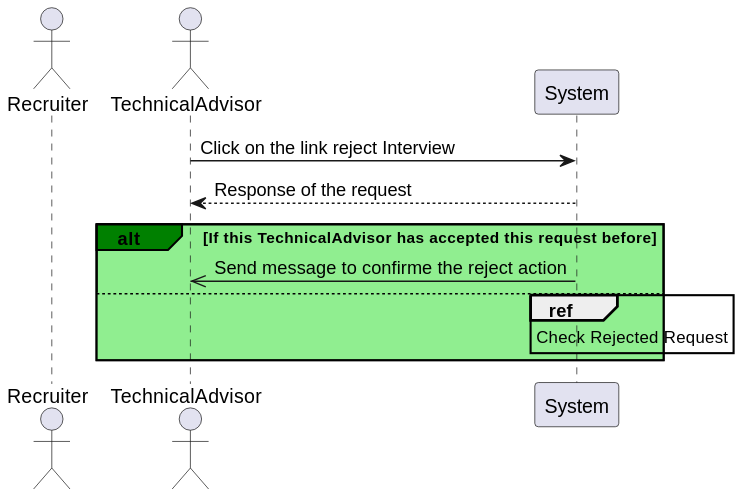
Earlier version of the PlantUML export documents/out/3-sequance/5-sequance_diagram_reject_interview_before_accept/5-sequance_diagram_reject_interview_before_accept.svg (iBoukhenna/interview-managment-system). Source of this version:
```plantuml
@startuml
actor Recruiter
actor TechnicalAdvisor
participant System

TechnicalAdvisor -> System: Click on the link reject Interview
System --> TechnicalAdvisor: Response of the request
alt#Green #LightGreen If this TechnicalAdvisor has accepted this request before
    System ->> TechnicalAdvisor: Send message to confirme the reject action
else #LightGreen
    ref over System
        Check Rejected Request
    end ref
end

@enduml
```
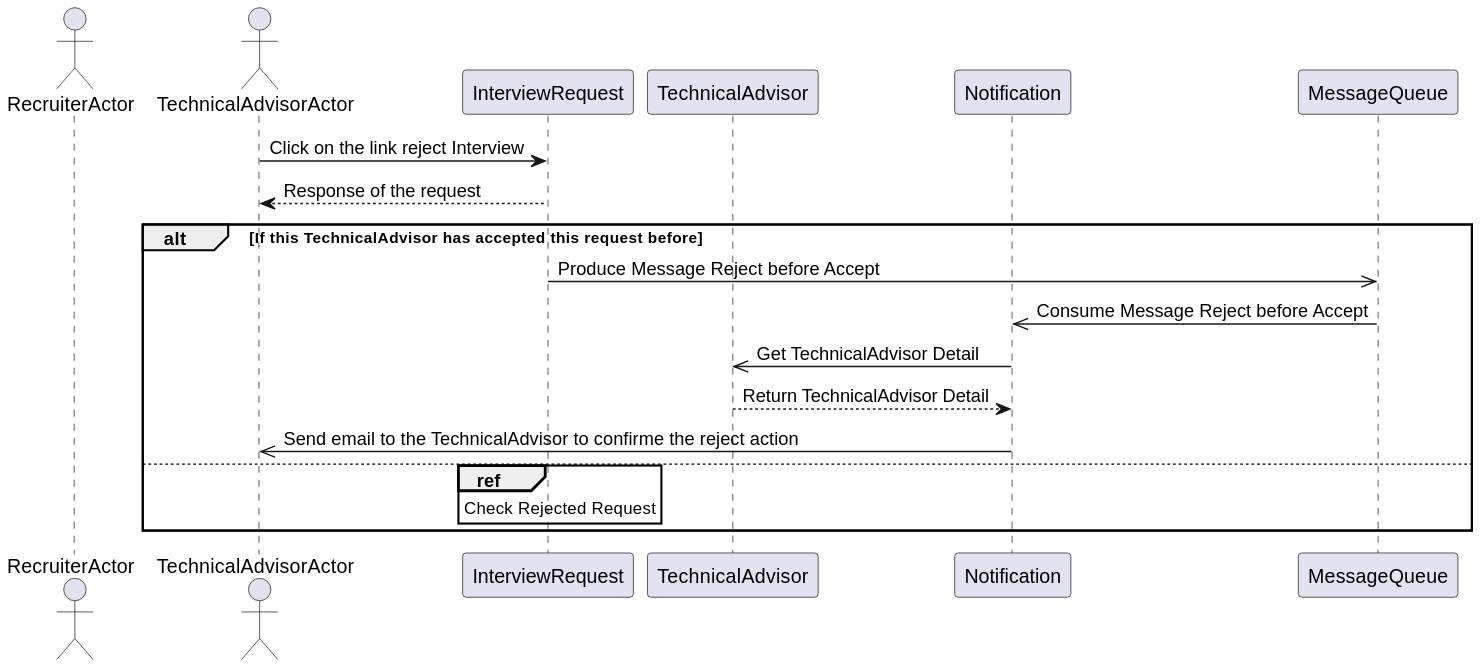
After the commit.

Diff of the diagram source:
```diff
@@ -1,14 +1,21 @@
 @startuml
-actor Recruiter
-actor TechnicalAdvisor
-participant System
+actor RecruiterActor
+actor TechnicalAdvisorActor
+participant InterviewRequest
+participant TechnicalAdvisor
+participant Notification
+participant MessageQueue
 
-TechnicalAdvisor -> System: Click on the link reject Interview
-System --> TechnicalAdvisor: Response of the request
-alt#Green #LightGreen If this TechnicalAdvisor has accepted this request before
-    System ->> TechnicalAdvisor: Send message to confirme the reject action
-else #LightGreen
-    ref over System
+TechnicalAdvisorActor -> InterviewRequest: Click on the link reject Interview
+InterviewRequest --> TechnicalAdvisorActor: Response of the request
+alt If this TechnicalAdvisor has accepted this request before
+    InterviewRequest ->> MessageQueue: Produce Message Reject before Accept
+    Notification <<- MessageQueue: Consume Message Reject before Accept
+    Notification ->> TechnicalAdvisor: Get TechnicalAdvisor Detail
+    TechnicalAdvisor --> Notification: Return TechnicalAdvisor Detail
+    Notification ->> TechnicalAdvisorActor: Send email to the TechnicalAdvisor to confirme the reject action
+else
+    ref over InterviewRequest
         Check Rejected Request
     end ref
 end
```
